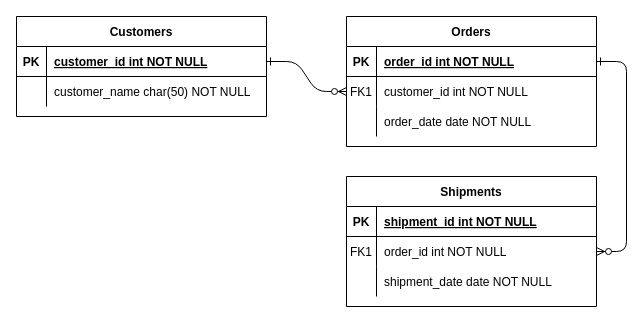
This is Untitled Diagram.drawio from coelcreates/trudatabase, a draw.io file, before an edit. Source tidied: cells renumbered, new cells numbered last; positions are measured from the earlier drawing's top-left corner, leaving out a move shared by most shapes. Both pictures are drawn from the tidied source at 100%, with x=0, y=0 at pixel (16, 16).
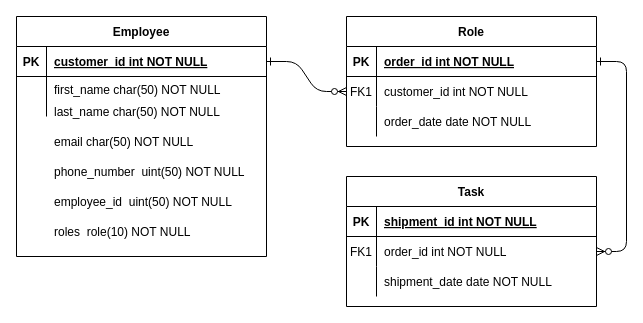
After the change.

Diff of the diagram source:
```diff
@@
-    <mxCell id="4" value="Orders" style="shape=table;startSize=30;childLayout=tableLayout;rowLines=0;fontStyle=1;align=center;" parent="1" vertex="1">
+    <mxCell id="4" value="Role" style="shape=table;startSize=30;childLayout=tableLayout;rowLines=0;fontStyle=1;align=center;" parent="1" vertex="1">
       <mxGeometry x="330" width="250" height="130" as="geometry" />
     </mxCell>
@@
-    <mxCell id="14" value="Shipments" style="shape=table;startSize=30;childLayout=tableLayout;rowLines=0;fontStyle=1;align=center;" parent="1" vertex="1">
+    <mxCell id="14" value="Task" style="shape=table;startSize=30;childLayout=tableLayout;rowLines=0;fontStyle=1;align=center;" parent="1" vertex="1">
       <mxGeometry x="330" y="160" width="250" height="130" as="geometry" />
     </mxCell>
@@
-    <mxCell id="24" value="Customers" style="shape=table;startSize=30;childLayout=tableLayout;rowLines=0;fontStyle=1;align=center;" parent="1" vertex="1">
-      <mxGeometry width="250" height="100" as="geometry" />
+    <mxCell id="24" value="Employee" style="shape=table;startSize=30;childLayout=tableLayout;rowLines=0;fontStyle=1;align=center;" parent="1" vertex="1">
+      <mxGeometry width="250" height="240" as="geometry" />
     </mxCell>
@@
     <mxCell id="28" style="shape=partialRectangle;fillColor=none;top=0;left=0;right=0;bottom=0;" parent="24" vertex="1">
-      <mxGeometry y="60" width="250" height="30" as="geometry" />
+      <mxGeometry y="60" width="250" height="40" as="geometry" />
     </mxCell>
     <mxCell id="29" style="shape=partialRectangle;overflow=hidden;fillColor=none;top=0;left=0;bottom=0;right=0;" parent="28" vertex="1">
-      <mxGeometry width="30" height="30" as="geometry" />
+      <mxGeometry width="30" height="40" as="geometry" />
     </mxCell>
-    <mxCell id="30" value="customer_name char(50) NOT NULL" style="shape=partialRectangle;overflow=hidden;fillColor=none;top=0;left=0;bottom=0;right=0;align=left;spacingLeft=6;" parent="28" vertex="1">
-      <mxGeometry x="30" width="220" height="30" as="geometry" />
+    <mxCell id="30" value="first_name char(50) NOT NULL&#10;" style="shape=partialRectangle;overflow=hidden;fillColor=none;top=0;left=0;bottom=0;right=0;align=left;spacingLeft=6;" parent="28" vertex="1">
+      <mxGeometry x="30" width="220" height="40" as="geometry" />
     </mxCell>
+    <mxCell id="31" value="last_name char(50) NOT NULL" style="shape=partialRectangle;overflow=hidden;fillColor=none;top=0;left=0;bottom=0;right=0;align=left;spacingLeft=6;" parent="1" vertex="1">
+      <mxGeometry x="30" y="80" width="220" height="30" as="geometry" />
+    </mxCell>
+    <mxCell id="32" value="email char(50) NOT NULL" style="shape=partialRectangle;overflow=hidden;fillColor=none;top=0;left=0;bottom=0;right=0;align=left;spacingLeft=6;" parent="1" vertex="1">
+      <mxGeometry x="30" y="110" width="220" height="30" as="geometry" />
+    </mxCell>
+    <mxCell id="33" value="phone_number  uint(50) NOT NULL" style="shape=partialRectangle;overflow=hidden;fillColor=none;top=0;left=0;bottom=0;right=0;align=left;spacingLeft=6;" parent="1" vertex="1">
+      <mxGeometry x="30" y="140" width="220" height="30" as="geometry" />
+    </mxCell>
+    <mxCell id="34" value="employee_id  uint(50) NOT NULL" style="shape=partialRectangle;overflow=hidden;fillColor=none;top=0;left=0;bottom=0;right=0;align=left;spacingLeft=6;" parent="1" vertex="1">
+      <mxGeometry x="30" y="170" width="220" height="30" as="geometry" />
+    </mxCell>
+    <mxCell id="35" value="roles  role(10) NOT NULL" style="shape=partialRectangle;overflow=hidden;fillColor=none;top=0;left=0;bottom=0;right=0;align=left;spacingLeft=6;" parent="1" vertex="1">
+      <mxGeometry x="30" y="200" width="220" height="30" as="geometry" />
+    </mxCell>
```
